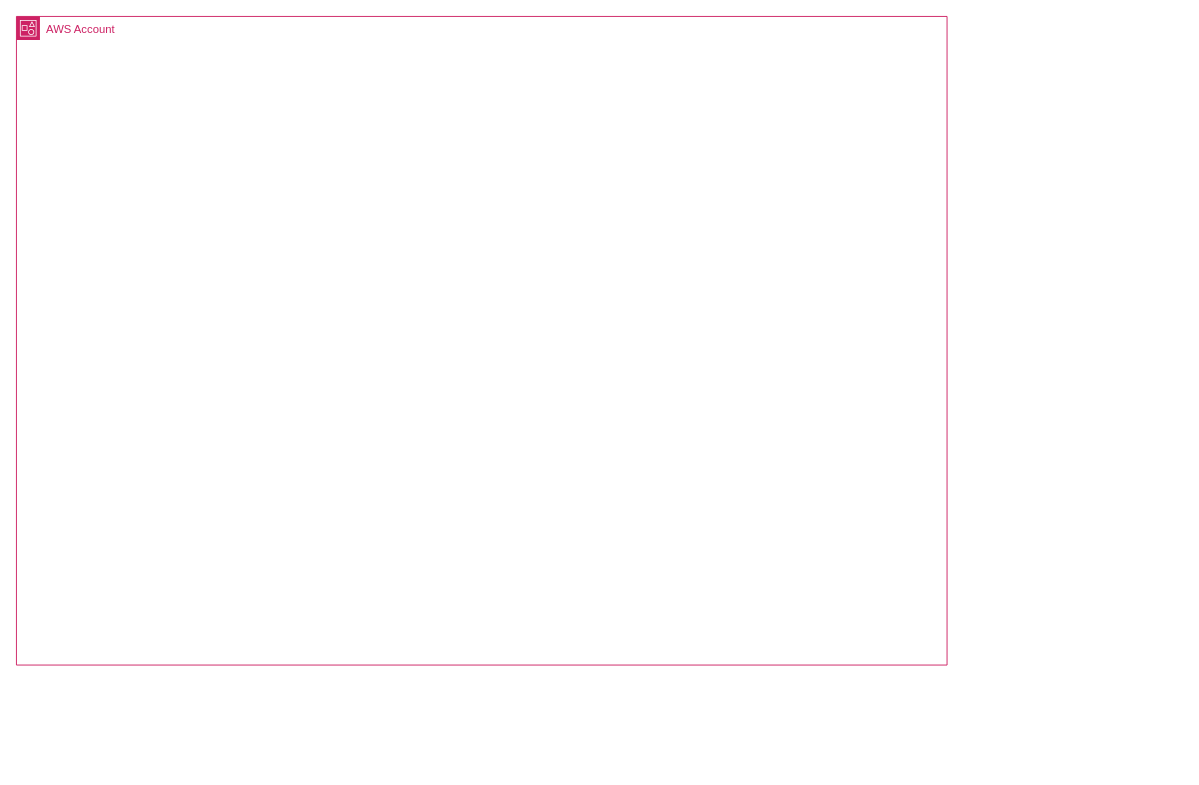
Above: Untitled Diagram.drawio in CaioValcazara/Como-criar-um-cluster-Kubernetes-na-AWS-com-EKS (draw.io), before the change. Source tidied: cells renumbered, new cells numbered last; positions are measured from the earlier drawing's top-left corner, leaving out a move shared by most shapes. Both pictures are drawn from the tidied source at 94%, with x=0, y=0 at pixel (16, 16).
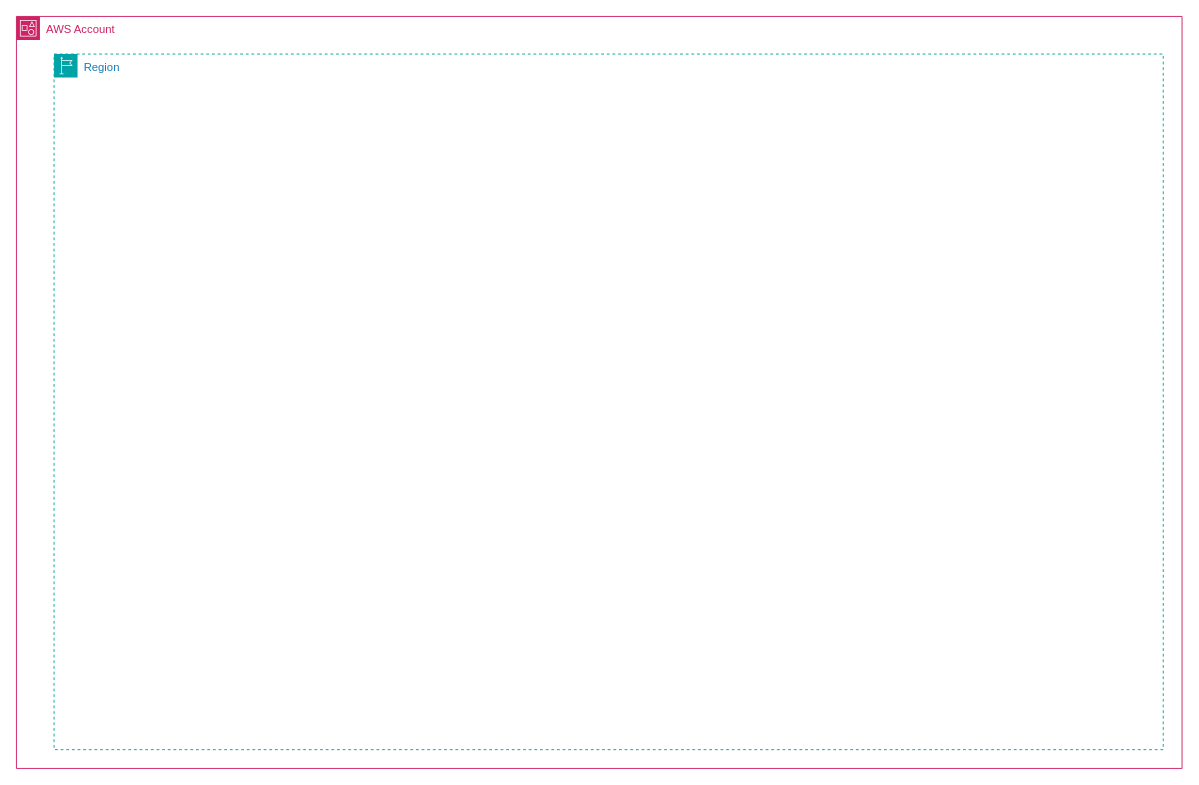
The same diagram, later.

What changed in the source:
```diff
@@
 <mxGraphModel>
   <root>
     <mxCell id="0" />
     <mxCell id="1" parent="0" />
     <mxCell id="2" value="AWS Account" style="gradientColor=none;html=1;whiteSpace=wrap;fontSize=12;fontStyle=0;shape=mxgraph.aws4.group;grIcon=mxgraph.aws4.group_account;strokeColor=#CD2264;fillColor=none;verticalAlign=top;align=left;spacingLeft=30;fontColor=#CD2264;dashed=0;" parent="1" vertex="1">
-      <mxGeometry width="990" height="690" as="geometry" />
+      <mxGeometry width="1240" height="800" as="geometry" />
     </mxCell>
+    <mxCell id="3" value="Region" style="gradientColor=none;html=1;whiteSpace=wrap;fontSize=12;fontStyle=0;shape=mxgraph.aws4.group;grIcon=mxgraph.aws4.group_region;strokeColor=#00A4A6;fillColor=none;verticalAlign=top;align=left;spacingLeft=30;fontColor=#147EBA;dashed=1;" parent="1" vertex="1">
+      <mxGeometry x="40" y="40" width="1180" height="740" as="geometry" />
+    </mxCell>
   </root>
 </mxGraphModel>
```
